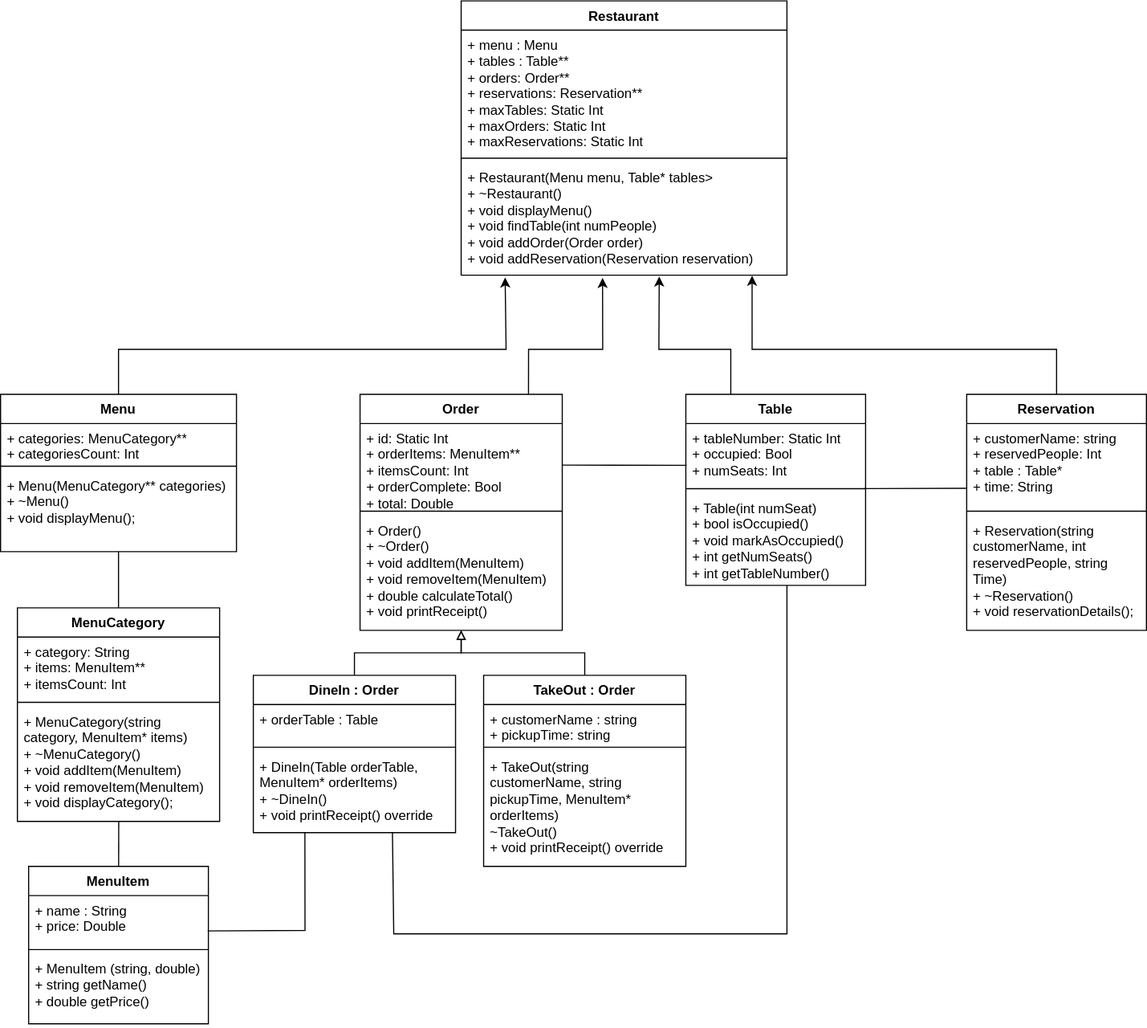
Before: classDiagram.drawio.svg, a diagram exported from draw.io (mrkpkngn/restaurantOOP). Source tidied: cells renumbered, new cells last; positions are measured from the earlier drawing's top-left corner, leaving out a move shared by most shapes.
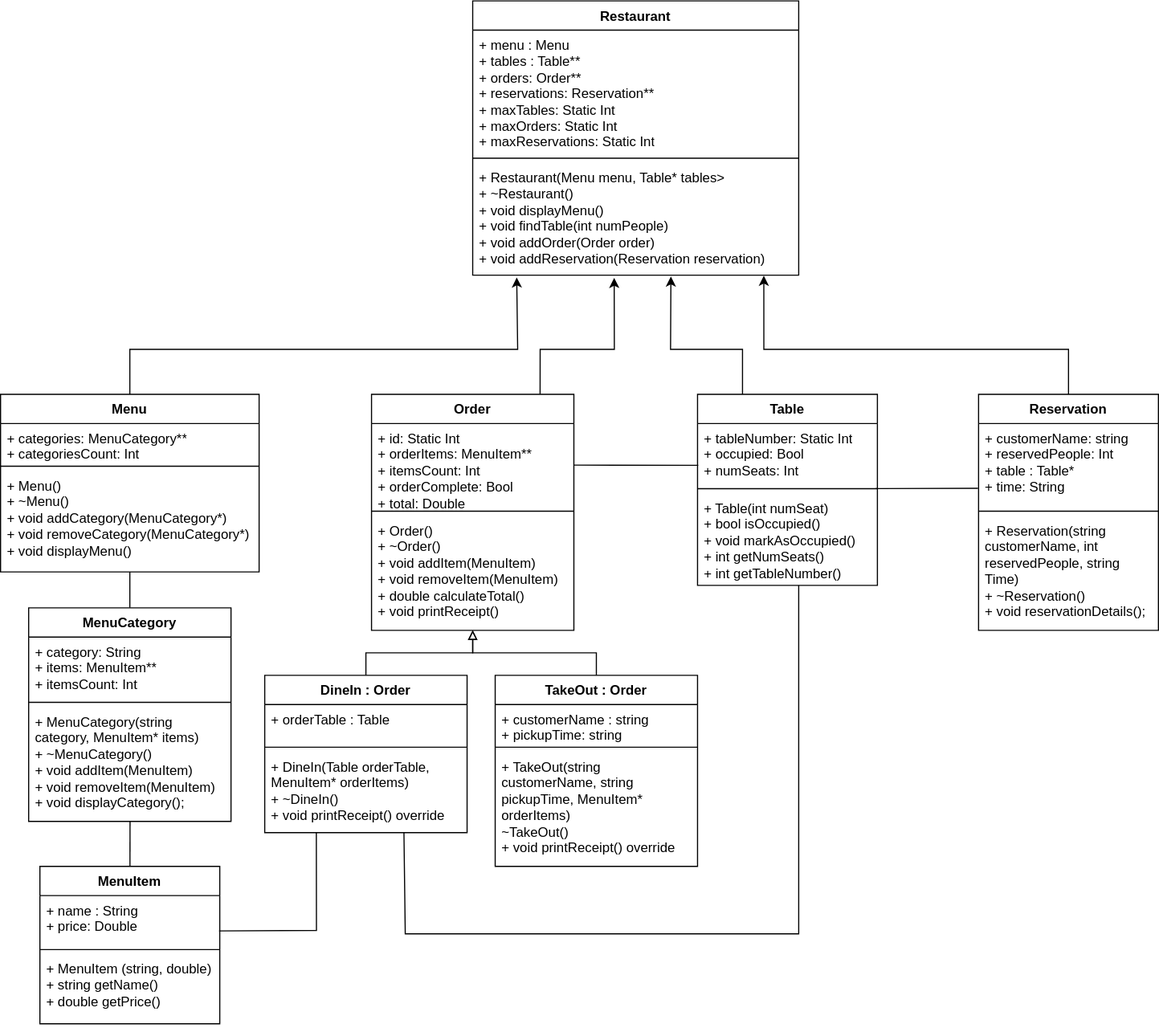
After the commit.

Diff of the diagram source:
```diff
@@ -86,16 +86,16 @@
       </mxGeometry>
     </mxCell>
     <mxCell id="28" value="Menu" style="swimlane;fontStyle=1;align=center;verticalAlign=top;horizontal=1;startSize=26;whiteSpace=wrap;html=1;" parent="1" vertex="1">
-      <mxGeometry y="350" width="210" height="140" as="geometry" />
+      <mxGeometry x="-10" y="350" width="230" height="158" as="geometry" />
     </mxCell>
     <mxCell id="29" value="&lt;div&gt;+ categories: MenuCategory**&lt;/div&gt;&lt;div&gt;+ categoriesCount: Int&lt;/div&gt;" style="text;strokeColor=none;fillColor=none;align=left;verticalAlign=top;spacingLeft=4;spacingRight=4;overflow=hidden;whiteSpace=wrap;html=1;" parent="28" vertex="1">
-      <mxGeometry y="26" width="210" height="34" as="geometry" />
+      <mxGeometry y="26" width="230" height="34" as="geometry" />
     </mxCell>
     <mxCell id="30" style="line;strokeWidth=1;fillColor=none;align=left;verticalAlign=middle;spacingTop=-1;spacingLeft=3;spacingRight=3;labelPosition=right;strokeColor=inherit;" parent="28" vertex="1">
-      <mxGeometry y="60" width="210" height="8" as="geometry" />
+      <mxGeometry y="60" width="230" height="8" as="geometry" />
     </mxCell>
-    <mxCell id="31" value="+ Menu(MenuCategory** categories)&lt;div&gt;&lt;font color=&quot;#000000&quot;&gt;+ ~Menu()&lt;br&gt;&lt;/font&gt;&lt;div&gt;+ void displayMenu();&lt;/div&gt;&lt;div&gt;&lt;br&gt;&lt;/div&gt;&lt;/div&gt;" style="text;strokeColor=none;fillColor=none;align=left;verticalAlign=top;spacingLeft=4;spacingRight=4;overflow=hidden;points=[[0,0.5],[1,0.5]];portConstraint=eastwest;whiteSpace=wrap;html=1;" parent="28" vertex="1">
-      <mxGeometry y="68" width="210" height="72" as="geometry" />
+    <mxCell id="31" value="+ Menu()&lt;div&gt;&lt;font color=&quot;#000000&quot;&gt;+ ~Menu()&lt;/font&gt;&lt;/div&gt;&lt;div&gt;&lt;font color=&quot;#000000&quot;&gt;&lt;font color=&quot;#000000&quot;&gt;+ void addCategory(MenuCategory*)&lt;/font&gt;&lt;/font&gt;&lt;/div&gt;&lt;div&gt;&lt;font color=&quot;#000000&quot;&gt;&lt;font color=&quot;#000000&quot;&gt;+ void removeCategory(MenuCategory*)&lt;br&gt;&lt;/font&gt;&lt;/font&gt;&lt;div&gt;+ void displayMenu()&lt;/div&gt;&lt;div&gt;&lt;br&gt;&lt;/div&gt;&lt;/div&gt;" style="text;strokeColor=none;fillColor=none;align=left;verticalAlign=top;spacingLeft=4;spacingRight=4;overflow=hidden;points=[[0,0.5],[1,0.5]];portConstraint=eastwest;whiteSpace=wrap;html=1;" parent="28" vertex="1">
+      <mxGeometry y="68" width="230" height="90" as="geometry" />
     </mxCell>
     <mxCell id="32" value="Reservation" style="swimlane;fontStyle=1;align=center;verticalAlign=top;horizontal=1;startSize=26;whiteSpace=wrap;html=1;" parent="1" vertex="1">
       <mxGeometry x="860" y="350" width="160" height="210" as="geometry" />
```
